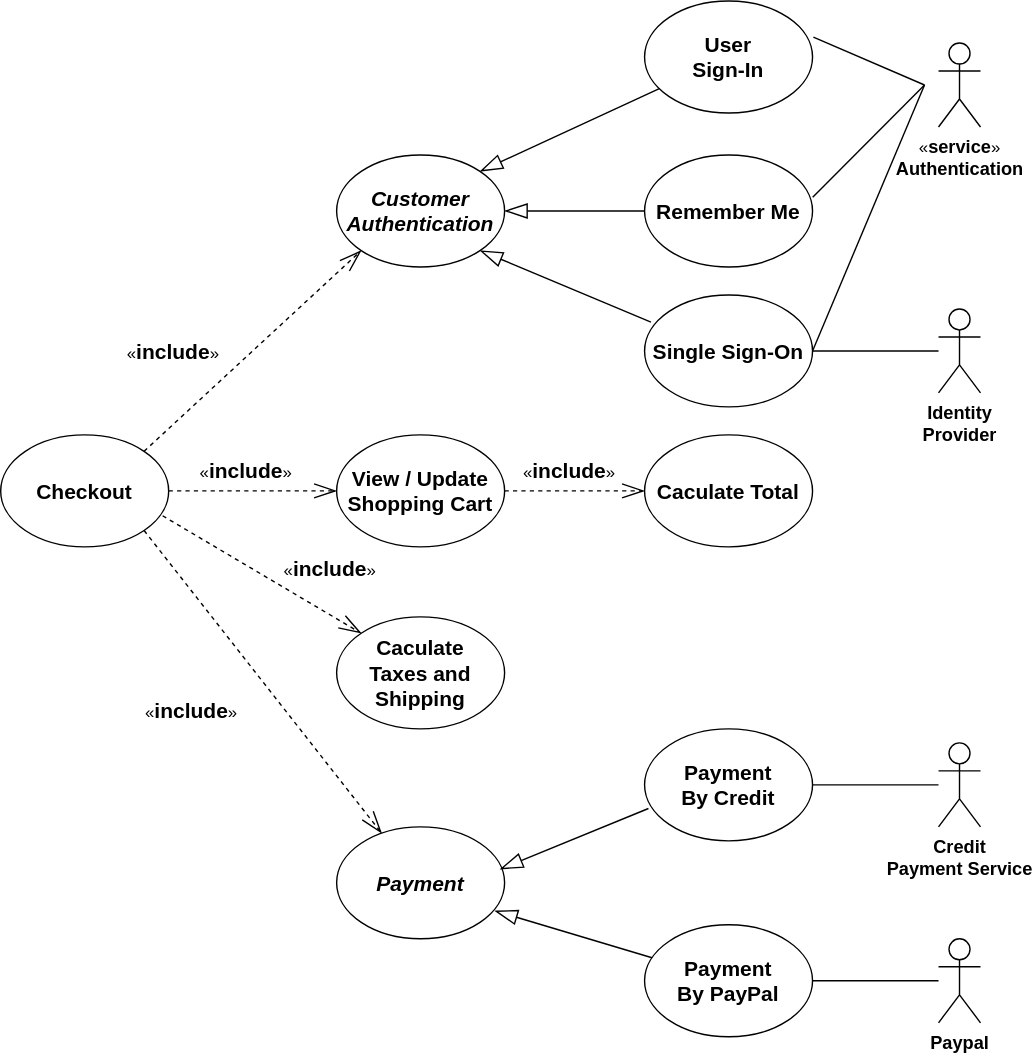
Above: Use Case Diagram.drawio.svg in ntmly/ThuchanhphattrienhethongTTNT (draw.io), before the change. Source tidied: cells renumbered, new cells last; positions are measured from the earlier drawing's top-left corner, leaving out a move shared by most shapes.
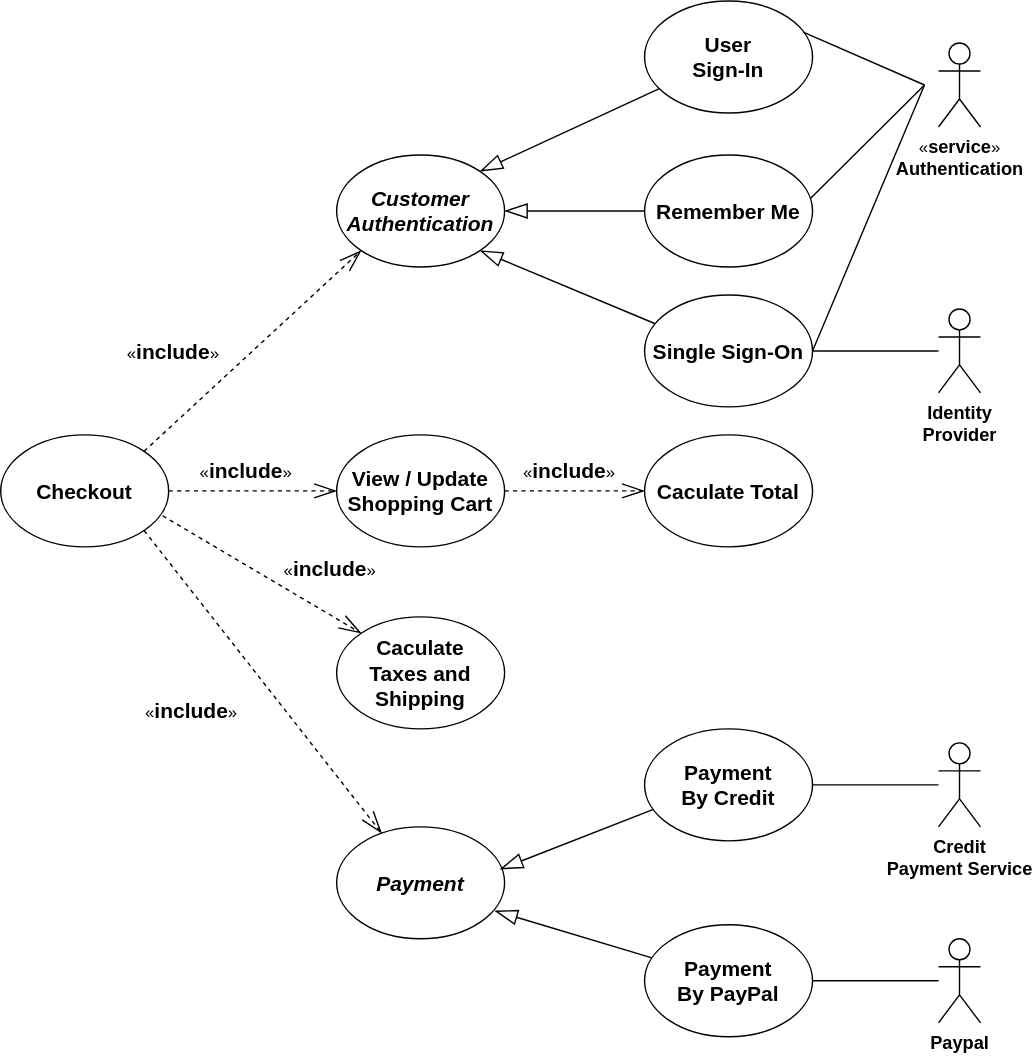
The same file after the commit.

Commit message:
Cập nhật Use Case Diagram.drawio.svg

The edit, as a diff of the source:
```diff
@@ -68,7 +68,7 @@
     <mxCell id="23" style="endArrow=none;html=1;rounded=0;entryX=1;entryY=0.5;entryDx=0;entryDy=0;" parent="1" edge="1" source="20" target="16">
       <mxGeometry relative="1" as="geometry" />
     </mxCell>
-    <mxCell id="24" style="endArrow=blockThin;html=1;rounded=0;exitX=0.023;exitY=0.711;exitDx=0;exitDy=0;exitPerimeter=0;entryX=0.974;entryY=0.378;entryDx=0;entryDy=0;entryPerimeter=0;endFill=0;endSize=14;" parent="1" edge="1" source="15" target="10">
+    <mxCell id="24" style="endArrow=blockThin;html=1;rounded=0;exitX=0.049;exitY=0.722;exitDx=0;exitDy=0;exitPerimeter=0;entryX=0.974;entryY=0.378;entryDx=0;entryDy=0;entryPerimeter=0;endFill=0;endSize=14;" parent="1" edge="1" source="15" target="10">
       <mxGeometry relative="1" as="geometry" />
     </mxCell>
     <mxCell id="25" style="endArrow=blockThin;html=1;rounded=0;entryX=0.942;entryY=0.75;entryDx=0;entryDy=0;entryPerimeter=0;endFill=0;endSize=14;" parent="1" edge="1" source="16" target="10">
@@ -82,12 +82,12 @@
         <mxPoint x="660" y="60" as="targetPoint" />
       </mxGeometry>
     </mxCell>
-    <mxCell id="28" style="endArrow=none;html=1;rounded=0;exitX=1.005;exitY=0.322;exitDx=0;exitDy=0;exitPerimeter=0;" parent="1" edge="1" source="11">
+    <mxCell id="28" style="endArrow=none;html=1;rounded=0;exitX=0.948;exitY=0.28;exitDx=0;exitDy=0;exitPerimeter=0;" parent="1" edge="1" source="11">
       <mxGeometry relative="1" as="geometry">
         <mxPoint x="660" y="60" as="targetPoint" />
       </mxGeometry>
     </mxCell>
-    <mxCell id="29" style="endArrow=none;html=1;rounded=0;exitX=1.001;exitY=0.378;exitDx=0;exitDy=0;exitPerimeter=0;" parent="1" edge="1" source="12">
+    <mxCell id="29" style="endArrow=none;html=1;rounded=0;exitX=0.989;exitY=0.386;exitDx=0;exitDy=0;exitPerimeter=0;" parent="1" edge="1" source="12">
       <mxGeometry relative="1" as="geometry">
         <mxPoint x="660" y="60" as="targetPoint" />
       </mxGeometry>
@@ -98,7 +98,7 @@
     <mxCell id="31" style="endArrow=blockThin;html=1;rounded=0;endFill=0;exitX=0;exitY=0.5;exitDx=0;exitDy=0;entryX=1;entryY=0.5;entryDx=0;entryDy=0;endSize=14;" parent="1" edge="1" source="12" target="9">
       <mxGeometry relative="1" as="geometry" />
     </mxCell>
-    <mxCell id="32" style="endArrow=blockThin;html=1;rounded=0;endFill=0;exitX=0.038;exitY=0.242;exitDx=0;exitDy=0;exitPerimeter=0;entryX=1;entryY=1;entryDx=0;entryDy=0;endSize=14;" parent="1" edge="1" source="13" target="9">
+    <mxCell id="32" style="endArrow=blockThin;html=1;rounded=0;endFill=0;exitX=0.06;exitY=0.255;exitDx=0;exitDy=0;exitPerimeter=0;entryX=1;entryY=1;entryDx=0;entryDy=0;endSize=14;" parent="1" edge="1" source="13" target="9">
       <mxGeometry relative="1" as="geometry" />
     </mxCell>
     <mxCell id="33" value="&lt;span style=&quot;text-wrap: wrap;&quot;&gt;«&lt;/span&gt;&lt;b&gt;&lt;font style=&quot;font-size: 15px;&quot;&gt;include&lt;/font&gt;&lt;/b&gt;&lt;span style=&quot;text-wrap: wrap;&quot;&gt;»&lt;/span&gt;" style="text;html=1;align=center;verticalAlign=middle;strokeColor=none;fillColor=none;" parent="1" vertex="1">
```
